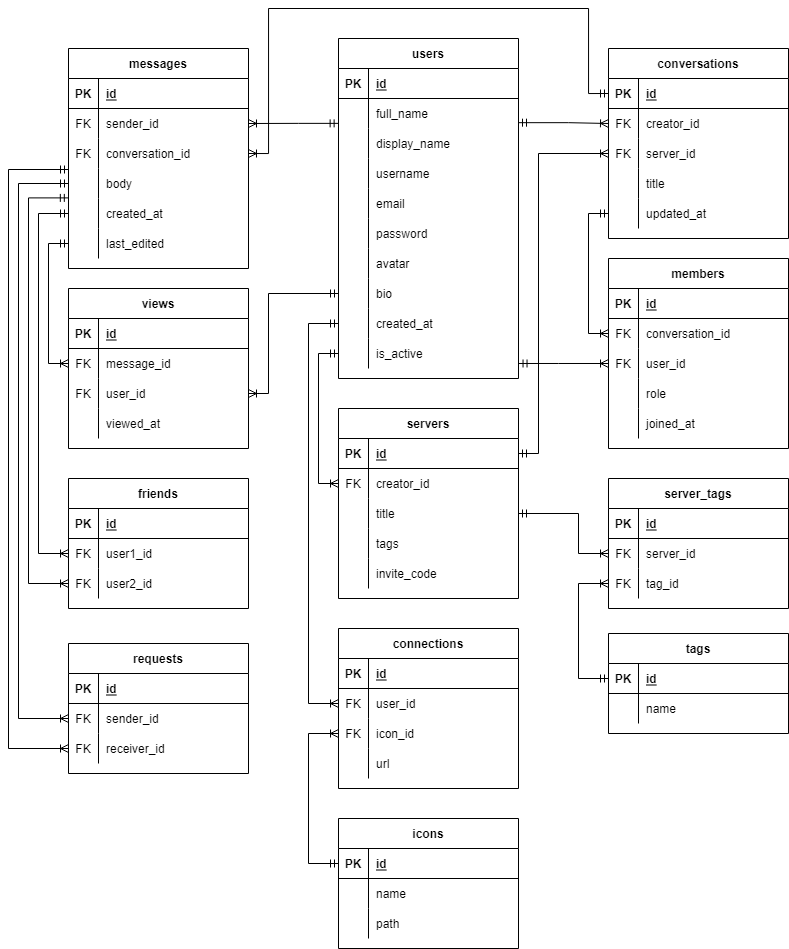
adamhirzalla/disnode keeps this draw.io diagram as docs/planning/erd.png. Above is the earlier version. Source tidied: cells renumbered, new cells last; positions are measured from the earlier drawing's top-left corner, leaving out a move shared by most shapes.
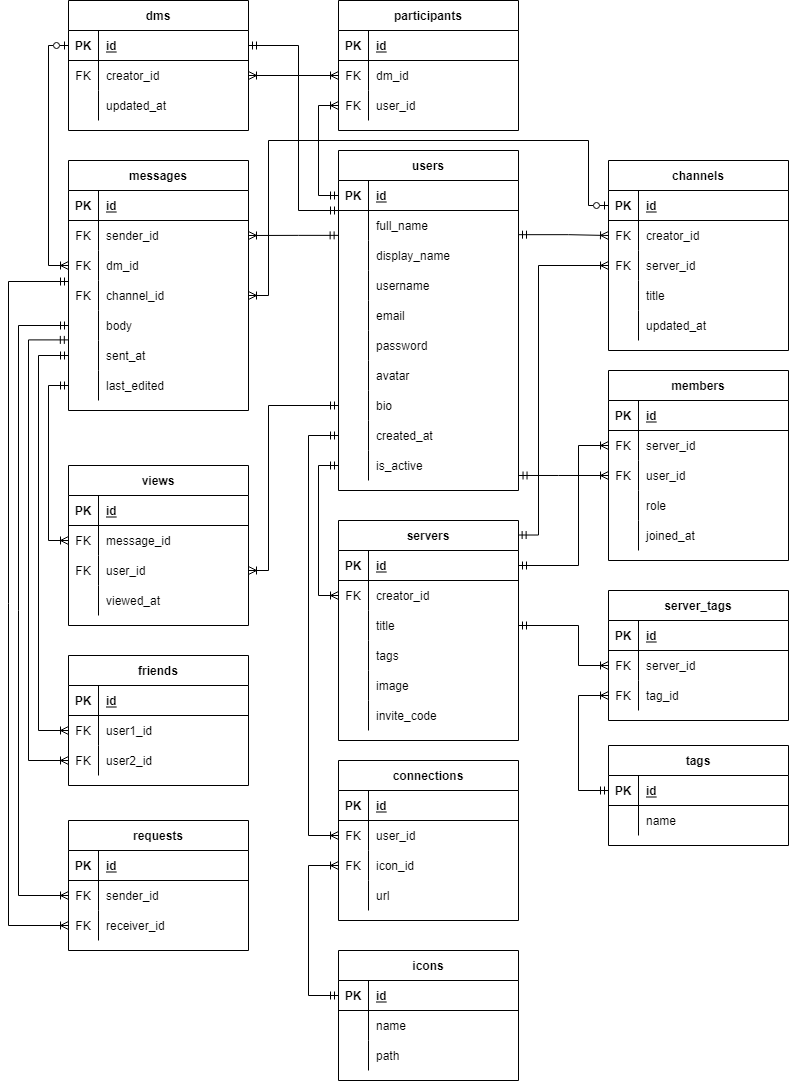
The same diagram one commit later.

Change to the diagram source:
```diff
@@ -97,3 +97,3 @@
     </mxCell>
-    <mxCell id="33" value="conversations" style="shape=table;startSize=30;rowLines=0;fontStyle=1;align=center;" parent="1" vertex="1">
+    <mxCell id="33" value="channels" style="shape=table;startSize=30;rowLines=0;fontStyle=1;align=center;" parent="1" vertex="1">
       <mxGeometry x="610" y="40" width="180" height="190" as="geometry" />
@@ -157,11 +157,11 @@
     </mxCell>
-    <mxCell id="53" style="shape=partialRectangle;fillColor=none;top=0;left=0;bottom=0;right=0;points=[[0,0.5],[1,0.5]];portConstraint=eastwest;" parent="49" vertex="1">
-      <mxGeometry y="60" width="180" height="30" as="geometry" />
-    </mxCell>
-    <mxCell id="54" value="FK" style="shape=partialRectangle;fillColor=none;top=0;left=0;bottom=0;right=0;overflow=hidden;" parent="53" vertex="1">
-      <mxGeometry width="30" height="30" as="geometry" />
-    </mxCell>
-    <mxCell id="55" value="conversation_id" style="shape=partialRectangle;fillColor=none;top=0;left=0;bottom=0;right=0;align=left;spacingLeft=6;overflow=hidden;" parent="53" vertex="1">
-      <mxGeometry x="30" width="150" height="30" as="geometry" />
-    </mxCell>
+    <mxCell id="190" style="shape=partialRectangle;fillColor=none;top=0;left=0;bottom=0;right=0;" parent="49" vertex="1">
+      <mxGeometry y="60" width="180" height="30" as="geometry" />
+    </mxCell>
+    <mxCell id="191" value="FK" style="shape=partialRectangle;fillColor=none;top=0;left=0;bottom=0;right=0;overflow=hidden;" parent="190" vertex="1">
+      <mxGeometry width="30" height="30" as="geometry" />
+    </mxCell>
+    <mxCell id="192" value="server_id" style="shape=partialRectangle;fillColor=none;top=0;left=0;bottom=0;right=0;align=left;spacingLeft=6;overflow=hidden;" parent="190" vertex="1">
+      <mxGeometry x="30" width="150" height="30" as="geometry" />
+    </mxCell>
     <mxCell id="56" style="shape=partialRectangle;fillColor=none;top=0;left=0;bottom=0;right=0;points=[[0,0.5],[1,0.5]];portConstraint=eastwest;" parent="49" vertex="1">
@@ -194,3 +194,3 @@
     <mxCell id="65" value="servers" style="shape=table;startSize=30;rowLines=0;fontStyle=1;align=center;" parent="1" vertex="1">
-      <mxGeometry x="340" y="400" width="180" height="190" as="geometry" />
+      <mxGeometry x="340" y="400" width="180" height="220" as="geometry" />
     </mxCell>
@@ -238,5 +238,14 @@
     </mxCell>
-    <mxCell id="80" value="invite_code" style="shape=partialRectangle;fillColor=none;top=0;left=0;bottom=0;right=0;align=left;spacingLeft=6;overflow=hidden;" parent="78" vertex="1">
+    <mxCell id="80" value="image" style="shape=partialRectangle;fillColor=none;top=0;left=0;bottom=0;right=0;align=left;spacingLeft=6;overflow=hidden;" parent="78" vertex="1">
       <mxGeometry x="30" width="150" height="30" as="geometry" />
     </mxCell>
+    <mxCell id="193" style="shape=partialRectangle;fillColor=none;top=0;left=0;bottom=0;right=0;" parent="65" vertex="1">
+      <mxGeometry y="180" width="180" height="30" as="geometry" />
+    </mxCell>
+    <mxCell id="194" style="shape=partialRectangle;fillColor=none;top=0;left=0;bottom=0;right=0;overflow=hidden;" parent="193" vertex="1">
+      <mxGeometry width="30" height="30" as="geometry" />
+    </mxCell>
+    <mxCell id="195" value="invite_code" style="shape=partialRectangle;fillColor=none;top=0;left=0;bottom=0;right=0;align=left;spacingLeft=6;overflow=hidden;" parent="193" vertex="1">
+      <mxGeometry x="30" width="150" height="30" as="geometry" />
+    </mxCell>
     <mxCell id="81" value="tags" style="shape=table;startSize=30;rowLines=0;fontStyle=1;align=center;" parent="1" vertex="1">
@@ -293,3 +302,3 @@
     <mxCell id="98" value="connections" style="shape=table;startSize=30;rowLines=0;fontStyle=1;align=center;" parent="1" vertex="1">
-      <mxGeometry x="340" y="620" width="180" height="160" as="geometry" />
+      <mxGeometry x="340" y="640" width="180" height="160" as="geometry" />
     </mxCell>
@@ -332,3 +341,3 @@
     <mxCell id="111" value="icons" style="shape=table;startSize=30;rowLines=0;fontStyle=1;align=center;" parent="1" vertex="1">
-      <mxGeometry x="340" y="810" width="180" height="130" as="geometry" />
+      <mxGeometry x="340" y="830" width="180" height="130" as="geometry" />
     </mxCell>
@@ -412,3 +421,3 @@
     <mxCell id="126" value="messages" style="shape=table;startSize=30;rowLines=0;fontStyle=1;align=center;" parent="1" vertex="1">
-      <mxGeometry x="70" y="40" width="180" height="220" as="geometry" />
+      <mxGeometry x="70" y="40" width="180" height="250" as="geometry" />
     </mxCell>
@@ -432,4 +441,13 @@
     </mxCell>
+    <mxCell id="196" style="shape=partialRectangle;fillColor=none;top=0;left=0;bottom=0;right=0;points=[[0,0.5],[1,0.5]];portConstraint=eastwest;" parent="126" vertex="1">
+      <mxGeometry y="90" width="180" height="30" as="geometry" />
+    </mxCell>
+    <mxCell id="197" value="FK" style="shape=partialRectangle;fillColor=none;top=0;left=0;bottom=0;right=0;overflow=hidden;" parent="196" vertex="1">
+      <mxGeometry width="30" height="30" as="geometry" />
+    </mxCell>
+    <mxCell id="198" value="dm_id" style="shape=partialRectangle;fillColor=none;top=0;left=0;bottom=0;right=0;align=left;spacingLeft=6;overflow=hidden;" parent="196" vertex="1">
+      <mxGeometry x="30" width="150" height="30" as="geometry" />
+    </mxCell>
     <mxCell id="133" style="shape=partialRectangle;fillColor=none;top=0;left=0;bottom=0;right=0;points=[[0,0.5],[1,0.5]];portConstraint=eastwest;" parent="126" vertex="1">
-      <mxGeometry y="90" width="180" height="30" as="geometry" />
+      <mxGeometry y="120" width="180" height="30" as="geometry" />
     </mxCell>
@@ -438,3 +456,3 @@
     </mxCell>
-    <mxCell id="135" value="conversation_id" style="shape=partialRectangle;fillColor=none;top=0;left=0;bottom=0;right=0;align=left;spacingLeft=6;overflow=hidden;" parent="133" vertex="1">
+    <mxCell id="135" value="channel_id" style="shape=partialRectangle;fillColor=none;top=0;left=0;bottom=0;right=0;align=left;spacingLeft=6;overflow=hidden;" parent="133" vertex="1">
       <mxGeometry x="30" width="150" height="30" as="geometry" />
@@ -442,3 +460,3 @@
     <mxCell id="136" style="shape=partialRectangle;fillColor=none;top=0;left=0;bottom=0;right=0;points=[[0,0.5],[1,0.5]];portConstraint=eastwest;" parent="126" vertex="1">
-      <mxGeometry y="120" width="180" height="30" as="geometry" />
+      <mxGeometry y="150" width="180" height="30" as="geometry" />
     </mxCell>
@@ -451,3 +469,3 @@
     <mxCell id="139" style="shape=partialRectangle;fillColor=none;top=0;left=0;bottom=0;right=0;points=[[0,0.5],[1,0.5]];portConstraint=eastwest;" parent="126" vertex="1">
-      <mxGeometry y="150" width="180" height="30" as="geometry" />
+      <mxGeometry y="180" width="180" height="30" as="geometry" />
     </mxCell>
@@ -456,3 +474,3 @@
     </mxCell>
-    <mxCell id="141" value="created_at" style="shape=partialRectangle;fillColor=none;top=0;left=0;bottom=0;right=0;align=left;spacingLeft=6;overflow=hidden;" parent="139" vertex="1">
+    <mxCell id="141" value="sent_at" style="shape=partialRectangle;fillColor=none;top=0;left=0;bottom=0;right=0;align=left;spacingLeft=6;overflow=hidden;" parent="139" vertex="1">
       <mxGeometry x="30" width="150" height="30" as="geometry" />
@@ -460,3 +478,3 @@
     <mxCell id="142" style="shape=partialRectangle;fillColor=none;top=0;left=0;bottom=0;right=0;points=[[0,0.5],[1,0.5]];portConstraint=eastwest;" parent="126" vertex="1">
-      <mxGeometry y="180" width="180" height="30" as="geometry" />
+      <mxGeometry y="210" width="180" height="30" as="geometry" />
     </mxCell>
@@ -469,3 +487,3 @@
     <mxCell id="145" value="friends" style="shape=table;startSize=30;rowLines=0;fontStyle=1;align=center;" parent="1" vertex="1">
-      <mxGeometry x="70" y="470" width="180" height="130" as="geometry" />
+      <mxGeometry x="70" y="535" width="180" height="130" as="geometry" />
     </mxCell>
@@ -499,3 +517,3 @@
     <mxCell id="155" value="requests" style="shape=table;startSize=30;rowLines=0;fontStyle=1;align=center;" parent="1" vertex="1">
-      <mxGeometry x="70" y="635" width="180" height="130" as="geometry" />
+      <mxGeometry x="70" y="700" width="180" height="130" as="geometry" />
     </mxCell>
@@ -529,3 +547,3 @@
     <mxCell id="165" value="views" style="shape=table;startSize=30;rowLines=0;fontStyle=1;align=center;" parent="1" vertex="1">
-      <mxGeometry x="70" y="280" width="180" height="160" as="geometry" />
+      <mxGeometry x="70" y="345" width="180" height="160" as="geometry" />
     </mxCell>
@@ -577,3 +595,3 @@
     </mxCell>
-    <mxCell id="179" style="edgeStyle=orthogonalEdgeStyle;fontSize=12;html=1;endArrow=ERoneToMany;startArrow=ERmandOne;rounded=0;exitX=0;exitY=0.5;exitDx=0;exitDy=0;entryX=1;entryY=0.5;entryDx=0;entryDy=0;" parent="1" edge="1" source="34" target="133">
+    <mxCell id="179" style="edgeStyle=orthogonalEdgeStyle;fontSize=12;html=1;endArrow=ERoneToMany;startArrow=ERzeroToOne;rounded=0;exitX=0;exitY=0.5;exitDx=0;exitDy=0;entryX=1;entryY=0.5;entryDx=0;entryDy=0;startFill=0;" parent="1" edge="1" source="34" target="133">
       <mxGeometry relative="1" as="geometry">
@@ -581,5 +599,5 @@
           <mxPoint x="590" y="85" />
-          <mxPoint x="590" />
-          <mxPoint x="270" />
-          <mxPoint x="270" y="145" />
+          <mxPoint x="590" y="20" />
+          <mxPoint x="270" y="20" />
+          <mxPoint x="270" y="175" />
         </Array>
@@ -661,5 +679,5 @@
         <Array as="points">
-          <mxPoint x="310" y="800" />
-          <mxPoint x="200" y="800" />
-          <mxPoint x="210" y="790" />
+          <mxPoint x="310" y="820" />
+          <mxPoint x="200" y="820" />
+          <mxPoint x="210" y="810" />
         </Array>
@@ -667,6 +685,7 @@
     </mxCell>
-    <mxCell id="188" style="edgeStyle=elbowEdgeStyle;fontSize=12;html=1;endArrow=ERoneToMany;startArrow=ERmandOne;rounded=0;entryX=0;entryY=0.5;entryDx=0;entryDy=0;exitX=0;exitY=0.5;exitDx=0;exitDy=0;" parent="1" edge="1" source="46" target="53">
+    <mxCell id="188" style="edgeStyle=elbowEdgeStyle;fontSize=12;html=1;endArrow=ERoneToMany;startArrow=ERmandOne;rounded=0;exitX=1;exitY=0.5;exitDx=0;exitDy=0;" parent="1" edge="1" source="66">
       <mxGeometry relative="1" as="geometry">
+        <mxPoint x="610" y="325" as="targetPoint" />
         <Array as="points">
-          <mxPoint x="590" y="270" />
+          <mxPoint x="580" y="420" />
           <mxPoint x="579.5" y="275" />
@@ -678,3 +697,3 @@
     </mxCell>
-    <mxCell id="189" style="edgeStyle=elbowEdgeStyle;fontSize=12;html=1;endArrow=ERoneToMany;startArrow=ERmandOne;rounded=0;entryX=0;entryY=0.5;entryDx=0;entryDy=0;exitX=1;exitY=0.5;exitDx=0;exitDy=0;" parent="1" edge="1" source="66" target="40">
+    <mxCell id="189" style="edgeStyle=elbowEdgeStyle;fontSize=12;html=1;endArrow=ERoneToMany;startArrow=ERmandOne;rounded=0;entryX=0;entryY=0.5;entryDx=0;entryDy=0;exitX=0.998;exitY=0.066;exitDx=0;exitDy=0;exitPerimeter=0;" parent="1" edge="1" source="65" target="40">
       <mxGeometry relative="1" as="geometry">
@@ -689,2 +708,103 @@
     </mxCell>
+    <mxCell id="199" value="dms" style="shape=table;startSize=30;rowLines=0;fontStyle=1;align=center;" parent="1" vertex="1">
+      <mxGeometry x="70" y="-120" width="180" height="130" as="geometry" />
+    </mxCell>
+    <mxCell id="200" style="shape=partialRectangle;fillColor=none;top=0;left=0;bottom=1;right=0;points=[[0,0.5],[1,0.5]];portConstraint=eastwest;" parent="199" vertex="1">
+      <mxGeometry y="30" width="180" height="30" as="geometry" />
+    </mxCell>
+    <mxCell id="201" value="PK" style="shape=partialRectangle;fillColor=none;top=0;left=0;bottom=0;right=0;fontStyle=1;overflow=hidden;" parent="200" vertex="1">
+      <mxGeometry width="30" height="30" as="geometry" />
+    </mxCell>
+    <mxCell id="202" value="id" style="shape=partialRectangle;fillColor=none;top=0;left=0;bottom=0;right=0;align=left;spacingLeft=6;fontStyle=5;overflow=hidden;" parent="200" vertex="1">
+      <mxGeometry x="30" width="150" height="30" as="geometry" />
+    </mxCell>
+    <mxCell id="203" style="shape=partialRectangle;fillColor=none;top=0;left=0;bottom=0;right=0;points=[[0,0.5],[1,0.5]];portConstraint=eastwest;" parent="199" vertex="1">
+      <mxGeometry y="60" width="180" height="30" as="geometry" />
+    </mxCell>
+    <mxCell id="204" value="FK" style="shape=partialRectangle;fillColor=none;top=0;left=0;bottom=0;right=0;overflow=hidden;" parent="203" vertex="1">
+      <mxGeometry width="30" height="30" as="geometry" />
+    </mxCell>
+    <mxCell id="205" value="creator_id" style="shape=partialRectangle;fillColor=none;top=0;left=0;bottom=0;right=0;align=left;spacingLeft=6;overflow=hidden;" parent="203" vertex="1">
+      <mxGeometry x="30" width="150" height="30" as="geometry" />
+    </mxCell>
+    <mxCell id="206" style="shape=partialRectangle;fillColor=none;top=0;left=0;bottom=0;right=0;" parent="199" vertex="1">
+      <mxGeometry y="90" width="180" height="30" as="geometry" />
+    </mxCell>
+    <mxCell id="207" style="shape=partialRectangle;fillColor=none;top=0;left=0;bottom=0;right=0;overflow=hidden;" parent="206" vertex="1">
+      <mxGeometry width="30" height="30" as="geometry" />
+    </mxCell>
+    <mxCell id="208" value="updated_at" style="shape=partialRectangle;fillColor=none;top=0;left=0;bottom=0;right=0;align=left;spacingLeft=6;overflow=hidden;" parent="206" vertex="1">
+      <mxGeometry x="30" width="150" height="30" as="geometry" />
+    </mxCell>
+    <mxCell id="209" value="participants" style="shape=table;startSize=30;rowLines=0;fontStyle=1;align=center;" parent="1" vertex="1">
+      <mxGeometry x="340" y="-120" width="180" height="130" as="geometry" />
+    </mxCell>
+    <mxCell id="210" style="shape=partialRectangle;fillColor=none;top=0;left=0;bottom=1;right=0;" parent="209" vertex="1">
+      <mxGeometry y="30" width="180" height="30" as="geometry" />
+    </mxCell>
+    <mxCell id="211" value="PK" style="shape=partialRectangle;fillColor=none;top=0;left=0;bottom=0;right=0;fontStyle=1;overflow=hidden;" parent="210" vertex="1">
+      <mxGeometry width="30" height="30" as="geometry" />
+    </mxCell>
+    <mxCell id="212" value="id" style="shape=partialRectangle;fillColor=none;top=0;left=0;bottom=0;right=0;align=left;spacingLeft=6;fontStyle=5;overflow=hidden;" parent="210" vertex="1">
+      <mxGeometry x="30" width="150" height="30" as="geometry" />
+    </mxCell>
+    <mxCell id="213" style="shape=partialRectangle;fillColor=none;top=0;left=0;bottom=0;right=0;points=[[0,0.5],[1,0.5]];portConstraint=eastwest;" parent="209" vertex="1">
+      <mxGeometry y="60" width="180" height="30" as="geometry" />
+    </mxCell>
+    <mxCell id="214" value="FK" style="shape=partialRectangle;fillColor=none;top=0;left=0;bottom=0;right=0;overflow=hidden;" parent="213" vertex="1">
+      <mxGeometry width="30" height="30" as="geometry" />
+    </mxCell>
+    <mxCell id="215" value="dm_id" style="shape=partialRectangle;fillColor=none;top=0;left=0;bottom=0;right=0;align=left;spacingLeft=6;overflow=hidden;" parent="213" vertex="1">
+      <mxGeometry x="30" width="150" height="30" as="geometry" />
+    </mxCell>
+    <mxCell id="216" style="shape=partialRectangle;fillColor=none;top=0;left=0;bottom=0;right=0;points=[[0,0.5],[1,0.5]];portConstraint=eastwest;" parent="209" vertex="1">
+      <mxGeometry y="90" width="180" height="30" as="geometry" />
+    </mxCell>
+    <mxCell id="217" value="FK" style="shape=partialRectangle;fillColor=none;top=0;left=0;bottom=0;right=0;overflow=hidden;" parent="216" vertex="1">
+      <mxGeometry width="30" height="30" as="geometry" />
+    </mxCell>
+    <mxCell id="218" value="user_id" style="shape=partialRectangle;fillColor=none;top=0;left=0;bottom=0;right=0;align=left;spacingLeft=6;overflow=hidden;" parent="216" vertex="1">
+      <mxGeometry x="30" width="150" height="30" as="geometry" />
+    </mxCell>
+    <mxCell id="219" style="edgeStyle=elbowEdgeStyle;fontSize=12;html=1;endArrow=ERoneToMany;startArrow=ERzeroToOne;rounded=0;exitX=0;exitY=0.5;exitDx=0;exitDy=0;entryX=0;entryY=0.5;entryDx=0;entryDy=0;startFill=0;" parent="1" edge="1" source="200" target="196">
+      <mxGeometry relative="1" as="geometry">
+        <Array as="points">
+          <mxPoint x="50" y="40" />
+          <mxPoint x="300" y="195.1" />
+          <mxPoint x="250" y="260.1" />
+          <mxPoint x="30" y="460.1" />
+        </Array>
+      </mxGeometry>
+    </mxCell>
+    <mxCell id="220" style="edgeStyle=elbowEdgeStyle;fontSize=12;html=1;endArrow=ERoneToMany;startArrow=ERmandOne;rounded=0;exitX=0;exitY=0.5;exitDx=0;exitDy=0;entryX=0;entryY=0.5;entryDx=0;entryDy=0;" parent="1" edge="1" source="3" target="216">
+      <mxGeometry relative="1" as="geometry">
+        <Array as="points">
+          <mxPoint x="320" y="10" />
+          <mxPoint x="280" y="15.1" />
+          <mxPoint x="230" y="80.1" />
+          <mxPoint x="10" y="280.1" />
+        </Array>
+      </mxGeometry>
+    </mxCell>
+    <mxCell id="221" style="edgeStyle=elbowEdgeStyle;fontSize=12;html=1;endArrow=ERoneToMany;startArrow=ERmandOne;rounded=0;exitX=1;exitY=0.5;exitDx=0;exitDy=0;entryX=0;entryY=0.5;entryDx=0;entryDy=0;" parent="1" edge="1" source="200" target="213">
+      <mxGeometry relative="1" as="geometry">
+        <Array as="points">
+          <mxPoint x="300" y="-50" />
+          <mxPoint x="260" y="5.1" />
+          <mxPoint x="210" y="70.1" />
+          <mxPoint x="-10" y="270.1" />
+        </Array>
+      </mxGeometry>
+    </mxCell>
+    <mxCell id="222" style="edgeStyle=elbowEdgeStyle;fontSize=12;html=1;endArrow=ERoneToMany;startArrow=ERmandOne;rounded=0;entryX=1;entryY=0.5;entryDx=0;entryDy=0;" parent="1" edge="1" target="203">
+      <mxGeometry relative="1" as="geometry">
+        <mxPoint x="340" y="90" as="sourcePoint" />
+        <Array as="points">
+          <mxPoint x="300" y="85.1" />
+          <mxPoint x="290" y="105.1" />
+          <mxPoint x="240" y="170.1" />
+          <mxPoint x="20" y="370.1" />
+        </Array>
+      </mxGeometry>
+    </mxCell>
   </root>
```
